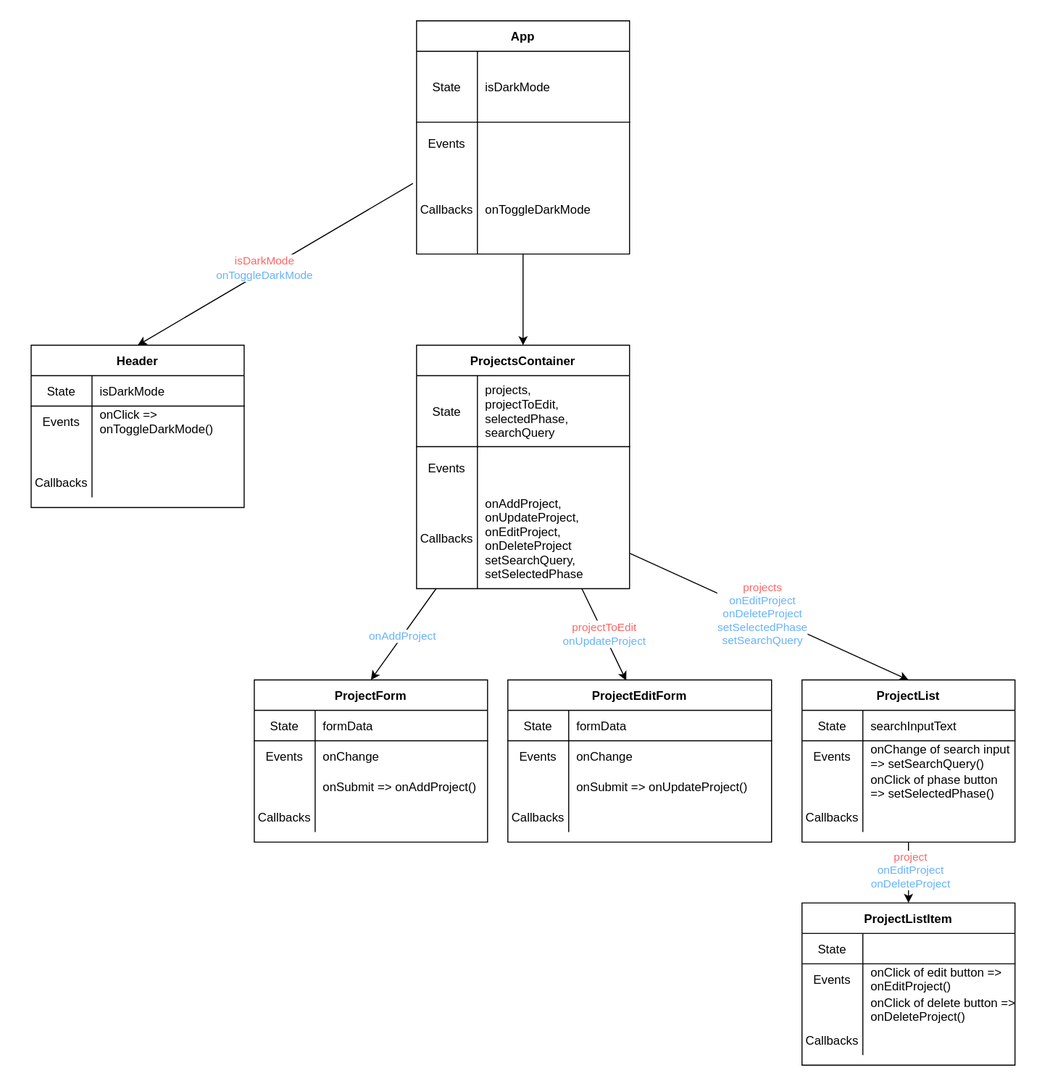
Before: 07_client_side_routing/assets/component-hierarchy-with-data-flow-with-react-router.drawio.svg, a diagram exported from draw.io (learn-co-curriculum/SENG-LIVE-013023-Phase-2-React). Source tidied: cells renumbered, new cells last; positions are measured from the earlier drawing's top-left corner, leaving out a move shared by most shapes.
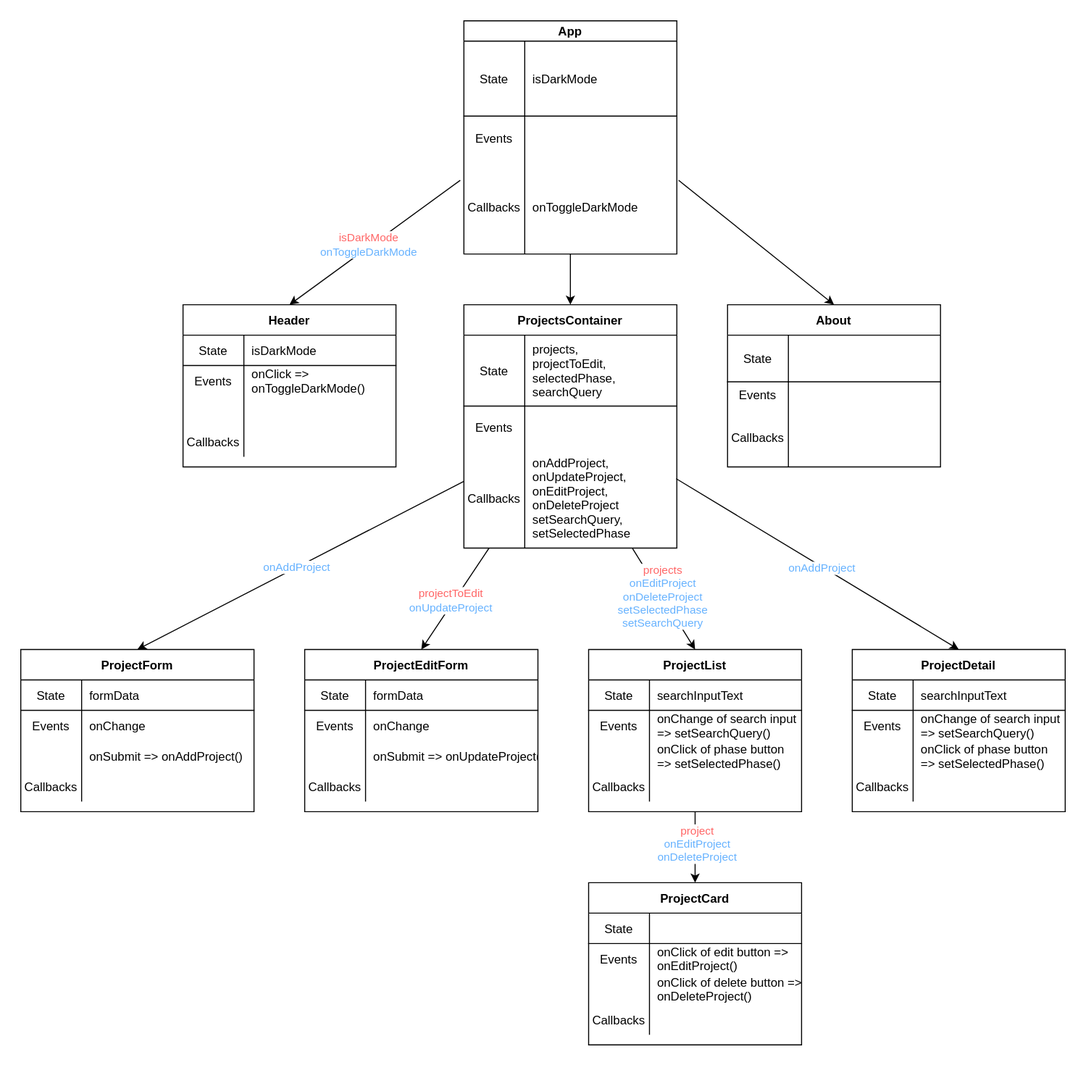
After the commit.

Diff of the diagram source:
```diff
@@ -3,7 +3,7 @@
     <mxCell id="0" />
     <mxCell id="1" parent="0" />
     <mxCell id="2" style="rounded=0;whiteSpace=wrap;html=1;strokeColor=none;" parent="1" vertex="1">
-      <mxGeometry width="1020" height="1070" as="geometry" />
+      <mxGeometry x="-150" width="1070" height="1070" as="geometry" />
     </mxCell>
     <mxCell id="3" style="edgeStyle=none;html=1;entryX=0.5;entryY=0;entryDx=0;entryDy=0;exitX=-0.017;exitY=0.218;exitDx=0;exitDy=0;exitPerimeter=0;" parent="1" edge="1" source="98" target="22">
       <mxGeometry relative="1" as="geometry" />
@@ -17,13 +17,13 @@
     <mxCell id="6" value="&lt;font color=&quot;#66b2ff&quot;&gt;onAddProject&lt;/font&gt;" style="edgeLabel;html=1;align=center;verticalAlign=middle;fontColor=#3399FF;" parent="5" vertex="1">
       <mxGeometry x="0.03" y="-1" relative="1" as="geometry" />
     </mxCell>
-    <mxCell id="7" style="edgeStyle=none;html=1;exitX=1.002;exitY=0.65;exitDx=0;exitDy=0;exitPerimeter=0;entryX=0.5;entryY=0;entryDx=0;entryDy=0;" parent="1" edge="1" source="19" target="50">
+    <mxCell id="7" style="edgeStyle=none;html=1;exitX=0.792;exitY=1.004;exitDx=0;exitDy=0;exitPerimeter=0;entryX=0.5;entryY=0;entryDx=0;entryDy=0;" parent="1" edge="1" source="19" target="50">
       <mxGeometry relative="1" as="geometry" />
     </mxCell>
     <mxCell id="8" value="&lt;font color=&quot;#ff6666&quot;&gt;projects&lt;/font&gt;&lt;br&gt;&lt;font color=&quot;#66b2ff&quot;&gt;onEditProject&lt;br&gt;onDeleteProject&lt;br&gt;setSelectedPhase&lt;/font&gt;&lt;br&gt;&lt;font color=&quot;#66b2ff&quot;&gt;setSearchQuery&lt;/font&gt;" style="edgeLabel;html=1;align=center;verticalAlign=middle;" parent="7" vertex="1">
       <mxGeometry x="-0.06" relative="1" as="geometry" />
     </mxCell>
-    <mxCell id="9" style="edgeStyle=none;html=1;fontColor=#66B2FF;entryX=0.449;entryY=0.004;entryDx=0;entryDy=0;entryPerimeter=0;" parent="1" edge="1" source="11" target="76">
+    <mxCell id="9" style="edgeStyle=none;html=1;fontColor=#66B2FF;entryX=0.5;entryY=0;entryDx=0;entryDy=0;" parent="1" edge="1" source="11" target="76">
       <mxGeometry relative="1" as="geometry" />
     </mxCell>
     <mxCell id="10" value="&lt;font color=&quot;#ff6666&quot;&gt;projectToEdit&lt;br&gt;&lt;/font&gt;onUpdateProject" style="edgeLabel;html=1;align=center;verticalAlign=middle;fontColor=#66B2FF;" parent="9" vertex="1">
@@ -32,7 +32,7 @@
       </mxGeometry>
     </mxCell>
     <mxCell id="11" value="ProjectsContainer" style="shape=table;startSize=30;rowLines=0;fontStyle=1;align=center;" parent="1" vertex="1">
-      <mxGeometry x="410" y="340" width="210" height="240" as="geometry" />
+      <mxGeometry x="307" y="300" width="210" height="240" as="geometry" />
     </mxCell>
     <mxCell id="12" style="shape=partialRectangle;fillColor=none;top=0;left=0;bottom=0;right=0;" parent="11" vertex="1">
       <mxGeometry y="30" width="210" height="36" as="geometry" />
@@ -65,7 +65,7 @@
       <mxGeometry x="60" width="150" height="99" as="geometry" />
     </mxCell>
     <mxCell id="22" value="Header" style="shape=table;startSize=30;rowLines=0;fontStyle=1;align=center;" parent="1" vertex="1">
-      <mxGeometry x="30" y="340" width="210" height="160" as="geometry" />
+      <mxGeometry x="30" y="300" width="210" height="160" as="geometry" />
     </mxCell>
     <mxCell id="23" style="shape=partialRectangle;fillColor=none;top=0;left=0;bottom=1;right=0;" parent="22" vertex="1">
       <mxGeometry y="30" width="210" height="30" as="geometry" />
@@ -104,7 +104,7 @@
       <mxGeometry x="60" width="150" height="30" as="geometry" />
     </mxCell>
     <mxCell id="35" value="ProjectForm" style="shape=table;startSize=30;rowLines=0;fontStyle=1;align=center;" parent="1" vertex="1">
-      <mxGeometry x="250" y="670" width="230" height="160" as="geometry" />
+      <mxGeometry x="-130" y="640" width="230" height="160" as="geometry" />
     </mxCell>
     <mxCell id="36" style="shape=partialRectangle;fillColor=none;top=0;left=0;bottom=1;right=0;" parent="35" vertex="1">
       <mxGeometry y="30" width="230" height="30" as="geometry" />
@@ -149,7 +149,7 @@
       <mxGeometry x="-0.12" y="1" relative="1" as="geometry" />
     </mxCell>
     <mxCell id="50" value="ProjectList" style="shape=table;startSize=30;rowLines=0;fontStyle=1;align=center;" parent="1" vertex="1">
-      <mxGeometry x="790" y="670" width="210" height="160" as="geometry" />
+      <mxGeometry x="430" y="640" width="210" height="160" as="geometry" />
     </mxCell>
     <mxCell id="51" style="shape=partialRectangle;fillColor=none;top=0;left=0;bottom=1;right=0;" parent="50" vertex="1">
       <mxGeometry y="30" width="210" height="30" as="geometry" />
@@ -187,8 +187,8 @@
     <mxCell id="62" style="shape=partialRectangle;fillColor=none;top=0;left=0;bottom=0;right=0;align=left;spacingLeft=6;overflow=hidden;" parent="60" vertex="1">
       <mxGeometry x="60" width="150" height="30" as="geometry" />
     </mxCell>
-    <mxCell id="63" value="ProjectListItem" style="shape=table;startSize=30;rowLines=0;fontStyle=1;align=center;" parent="1" vertex="1">
-      <mxGeometry x="790" y="890" width="210" height="160" as="geometry" />
+    <mxCell id="63" value="ProjectCard" style="shape=table;startSize=30;rowLines=0;fontStyle=1;align=center;" parent="1" vertex="1">
+      <mxGeometry x="430" y="870" width="210" height="160" as="geometry" />
     </mxCell>
     <mxCell id="64" style="shape=partialRectangle;fillColor=none;top=0;left=0;bottom=1;right=0;" parent="63" vertex="1">
       <mxGeometry y="30" width="210" height="30" as="geometry" />
@@ -227,81 +227,160 @@
       <mxGeometry x="60" width="150" height="30" as="geometry" />
     </mxCell>
     <mxCell id="76" value="ProjectEditForm" style="shape=table;startSize=30;rowLines=0;fontStyle=1;align=center;" parent="1" vertex="1">
-      <mxGeometry x="500" y="670" width="260" height="160" as="geometry" />
+      <mxGeometry x="150" y="640" width="230" height="160" as="geometry" />
     </mxCell>
     <mxCell id="77" style="shape=partialRectangle;fillColor=none;top=0;left=0;bottom=1;right=0;" parent="76" vertex="1">
-      <mxGeometry y="30" width="260" height="30" as="geometry" />
+      <mxGeometry y="30" width="230" height="30" as="geometry" />
     </mxCell>
     <mxCell id="78" value="State" style="shape=partialRectangle;fillColor=none;top=0;left=0;bottom=0;right=0;fontStyle=0;overflow=hidden;" parent="77" vertex="1">
       <mxGeometry width="60" height="30" as="geometry" />
     </mxCell>
     <mxCell id="79" value="formData" style="shape=partialRectangle;fillColor=none;top=0;left=0;bottom=0;right=0;align=left;spacingLeft=6;fontStyle=0;overflow=hidden;" parent="77" vertex="1">
-      <mxGeometry x="60" width="200" height="30" as="geometry" />
+      <mxGeometry x="60" width="170" height="30" as="geometry" />
     </mxCell>
     <mxCell id="80" style="shape=partialRectangle;fillColor=none;top=0;left=0;bottom=0;right=0;" parent="76" vertex="1">
-      <mxGeometry y="60" width="260" height="30" as="geometry" />
+      <mxGeometry y="60" width="230" height="30" as="geometry" />
     </mxCell>
     <mxCell id="81" value="Events" style="shape=partialRectangle;fillColor=none;top=0;left=0;bottom=0;right=0;overflow=hidden;" parent="80" vertex="1">
       <mxGeometry width="60" height="30" as="geometry" />
     </mxCell>
     <mxCell id="82" value="onChange" style="shape=partialRectangle;fillColor=none;top=0;left=0;bottom=0;right=0;align=left;spacingLeft=6;overflow=hidden;" parent="80" vertex="1">
-      <mxGeometry x="60" width="200" height="30" as="geometry" />
+      <mxGeometry x="60" width="170" height="30" as="geometry" />
     </mxCell>
     <mxCell id="83" style="shape=partialRectangle;fillColor=none;top=0;left=0;bottom=0;right=0;" parent="76" vertex="1">
-      <mxGeometry y="90" width="260" height="30" as="geometry" />
+      <mxGeometry y="90" width="230" height="30" as="geometry" />
     </mxCell>
     <mxCell id="84" style="shape=partialRectangle;fillColor=none;top=0;left=0;bottom=0;right=0;overflow=hidden;" parent="83" vertex="1">
       <mxGeometry width="60" height="30" as="geometry" />
     </mxCell>
     <mxCell id="85" value="onSubmit =&gt; onUpdateProject()" style="shape=partialRectangle;fillColor=none;top=0;left=0;bottom=0;right=0;align=left;spacingLeft=6;overflow=hidden;" parent="83" vertex="1">
-      <mxGeometry x="60" width="200" height="30" as="geometry" />
+      <mxGeometry x="60" width="170" height="30" as="geometry" />
     </mxCell>
     <mxCell id="86" style="shape=partialRectangle;fillColor=none;top=0;left=0;bottom=0;right=0;" parent="76" vertex="1">
-      <mxGeometry y="120" width="260" height="30" as="geometry" />
+      <mxGeometry y="120" width="230" height="30" as="geometry" />
     </mxCell>
     <mxCell id="87" value="Callbacks" style="shape=partialRectangle;fillColor=none;top=0;left=0;bottom=0;right=0;overflow=hidden;" parent="86" vertex="1">
       <mxGeometry width="60" height="30" as="geometry" />
     </mxCell>
     <mxCell id="88" style="shape=partialRectangle;fillColor=none;top=0;left=0;bottom=0;right=0;align=left;spacingLeft=6;overflow=hidden;" parent="86" vertex="1">
-      <mxGeometry x="60" width="200" height="30" as="geometry" />
+      <mxGeometry x="60" width="170" height="30" as="geometry" />
     </mxCell>
-    <mxCell id="89" style="edgeStyle=none;html=1;" parent="1" edge="1" source="90">
-      <mxGeometry relative="1" as="geometry">
-        <mxPoint x="515" y="340" as="targetPoint" />
-      </mxGeometry>
+    <mxCell id="89" style="edgeStyle=none;html=1;entryX=0.5;entryY=0;entryDx=0;entryDy=0;" parent="1" edge="1" source="90" target="11">
+      <mxGeometry relative="1" as="geometry" />
     </mxCell>
-    <mxCell id="90" value="App" style="shape=table;startSize=30;rowLines=0;fontStyle=1;align=center;" parent="1" vertex="1">
-      <mxGeometry x="410" y="20" width="210" height="230" as="geometry" />
+    <mxCell id="90" value="App" style="shape=table;startSize=20;rowLines=0;fontStyle=1;align=center;" parent="1" vertex="1">
+      <mxGeometry x="307" y="20" width="210" height="230" as="geometry" />
     </mxCell>
     <mxCell id="91" style="shape=partialRectangle;fillColor=none;top=0;left=0;bottom=0;right=0;" parent="90" vertex="1">
-      <mxGeometry y="30" width="210" height="36" as="geometry" />
+      <mxGeometry y="20" width="210" height="38" as="geometry" />
     </mxCell>
     <mxCell id="92" value="State" style="shape=partialRectangle;fillColor=none;top=0;left=0;bottom=1;right=0;fontStyle=0;overflow=hidden;colspan=1;rowspan=2;" parent="91" vertex="1">
-      <mxGeometry width="60" height="70" as="geometry" />
+      <mxGeometry width="60" height="74" as="geometry" />
     </mxCell>
     <mxCell id="93" value="isDarkMode" style="shape=partialRectangle;fillColor=none;top=0;left=0;bottom=1;right=0;align=left;spacingLeft=6;fontStyle=0;overflow=visible;strokeColor=default;rowspan=2;" parent="91" vertex="1">
-      <mxGeometry x="60" width="150" height="70" as="geometry" />
+      <mxGeometry x="60" width="150" height="74" as="geometry" />
     </mxCell>
     <mxCell id="94" style="shape=partialRectangle;fillColor=none;top=0;left=0;bottom=0;right=0;" parent="90" vertex="1">
-      <mxGeometry y="66" width="210" height="34" as="geometry" />
+      <mxGeometry y="58" width="210" height="36" as="geometry" />
     </mxCell>
     <mxCell id="95" style="shape=partialRectangle;fillColor=none;top=0;left=0;bottom=0;right=0;" parent="90" vertex="1">
-      <mxGeometry y="100" width="210" height="41" as="geometry" />
+      <mxGeometry y="94" width="210" height="43" as="geometry" />
     </mxCell>
     <mxCell id="96" value="Events" style="shape=partialRectangle;fillColor=none;top=0;left=0;bottom=0;right=0;overflow=hidden;" parent="95" vertex="1">
-      <mxGeometry width="60" height="41" as="geometry" />
+      <mxGeometry width="60" height="43" as="geometry" />
     </mxCell>
     <mxCell id="97" style="shape=partialRectangle;fillColor=none;top=0;left=0;bottom=0;right=0;align=left;spacingLeft=6;overflow=hidden;" parent="95" vertex="1">
-      <mxGeometry x="60" width="150" height="41" as="geometry" />
+      <mxGeometry x="60" width="150" height="43" as="geometry" />
     </mxCell>
     <mxCell id="98" style="shape=partialRectangle;fillColor=none;top=0;left=0;bottom=0;right=0;points=[[0,0.5],[1,0.5]];portConstraint=eastwest;" parent="90" vertex="1">
-      <mxGeometry y="141" width="210" height="89" as="geometry" />
+      <mxGeometry y="137" width="210" height="93" as="geometry" />
     </mxCell>
     <mxCell id="99" value="Callbacks" style="shape=partialRectangle;fillColor=none;top=0;left=0;bottom=0;right=0;overflow=hidden;rowspan=3;" parent="98" vertex="1">
-      <mxGeometry width="60" height="89" as="geometry" />
+      <mxGeometry width="60" height="93" as="geometry" />
     </mxCell>
     <mxCell id="100" value="onToggleDarkMode" style="shape=partialRectangle;fillColor=none;top=0;left=0;bottom=0;right=0;align=left;spacingLeft=6;overflow=visible;rowspan=2;" parent="98" vertex="1">
-      <mxGeometry x="60" width="150" height="89" as="geometry" />
+      <mxGeometry x="60" width="150" height="93" as="geometry" />
     </mxCell>
+    <mxCell id="101" value="About" style="shape=table;startSize=30;rowLines=0;fontStyle=1;align=center;" parent="1" vertex="1">
+      <mxGeometry x="567" y="300" width="210" height="160" as="geometry" />
+    </mxCell>
+    <mxCell id="102" style="shape=partialRectangle;fillColor=none;top=0;left=0;bottom=0;right=0;" parent="101" vertex="1">
+      <mxGeometry y="30" width="210" height="23" as="geometry" />
+    </mxCell>
+    <mxCell id="103" value="State" style="shape=partialRectangle;fillColor=none;top=0;left=0;bottom=1;right=0;fontStyle=0;overflow=hidden;colspan=1;rowspan=2;" parent="102" vertex="1">
+      <mxGeometry width="60" height="46" as="geometry" />
+    </mxCell>
+    <mxCell id="104" style="shape=partialRectangle;fillColor=none;top=0;left=0;bottom=1;right=0;align=left;spacingLeft=6;fontStyle=0;overflow=visible;strokeColor=default;rowspan=2;" parent="102" vertex="1">
+      <mxGeometry x="60" width="150" height="46" as="geometry" />
+    </mxCell>
+    <mxCell id="105" style="shape=partialRectangle;fillColor=none;top=0;left=0;bottom=0;right=0;" parent="101" vertex="1">
+      <mxGeometry y="53" width="210" height="23" as="geometry" />
+    </mxCell>
+    <mxCell id="106" style="shape=partialRectangle;fillColor=none;top=0;left=0;bottom=0;right=0;" parent="101" vertex="1">
+      <mxGeometry y="76" width="210" height="26" as="geometry" />
+    </mxCell>
+    <mxCell id="107" value="Events" style="shape=partialRectangle;fillColor=none;top=0;left=0;bottom=0;right=0;overflow=hidden;" parent="106" vertex="1">
+      <mxGeometry width="60" height="26" as="geometry" />
+    </mxCell>
+    <mxCell id="108" style="shape=partialRectangle;fillColor=none;top=0;left=0;bottom=0;right=0;align=left;spacingLeft=6;overflow=hidden;" parent="106" vertex="1">
+      <mxGeometry x="60" width="150" height="26" as="geometry" />
+    </mxCell>
+    <mxCell id="109" style="shape=partialRectangle;fillColor=none;top=0;left=0;bottom=0;right=0;" parent="101" vertex="1">
+      <mxGeometry y="102" width="210" height="58" as="geometry" />
+    </mxCell>
+    <mxCell id="110" value="Callbacks" style="shape=partialRectangle;fillColor=none;top=0;left=0;bottom=0;right=0;overflow=hidden;rowspan=3;" parent="109" vertex="1">
+      <mxGeometry width="60" height="58" as="geometry" />
+    </mxCell>
+    <mxCell id="111" style="shape=partialRectangle;fillColor=none;top=0;left=0;bottom=0;right=0;align=left;spacingLeft=6;overflow=visible;rowspan=2;" parent="109" vertex="1">
+      <mxGeometry x="60" width="150" height="58" as="geometry" />
+    </mxCell>
+    <mxCell id="112" style="edgeStyle=none;html=1;entryX=0.5;entryY=0;entryDx=0;entryDy=0;exitX=1.008;exitY=0.218;exitDx=0;exitDy=0;exitPerimeter=0;" parent="1" edge="1" source="98" target="101">
+      <mxGeometry relative="1" as="geometry" />
+    </mxCell>
+    <mxCell id="113" value="ProjectDetail" style="shape=table;startSize=30;rowLines=0;fontStyle=1;align=center;" parent="1" vertex="1">
+      <mxGeometry x="690" y="640" width="210" height="160" as="geometry" />
+    </mxCell>
+    <mxCell id="114" style="shape=partialRectangle;fillColor=none;top=0;left=0;bottom=1;right=0;" parent="113" vertex="1">
+      <mxGeometry y="30" width="210" height="30" as="geometry" />
+    </mxCell>
+    <mxCell id="115" value="State" style="shape=partialRectangle;fillColor=none;top=0;left=0;bottom=0;right=0;fontStyle=0;overflow=hidden;" parent="114" vertex="1">
+      <mxGeometry width="60" height="30" as="geometry" />
+    </mxCell>
+    <mxCell id="116" value="searchInputText" style="shape=partialRectangle;fillColor=none;top=0;left=0;bottom=0;right=0;align=left;spacingLeft=6;fontStyle=0;overflow=hidden;" parent="114" vertex="1">
+      <mxGeometry x="60" width="150" height="30" as="geometry" />
+    </mxCell>
+    <mxCell id="117" style="shape=partialRectangle;fillColor=none;top=0;left=0;bottom=0;right=0;" parent="113" vertex="1">
+      <mxGeometry y="60" width="210" height="30" as="geometry" />
+    </mxCell>
+    <mxCell id="118" value="Events" style="shape=partialRectangle;fillColor=none;top=0;left=0;bottom=0;right=0;overflow=hidden;" parent="117" vertex="1">
+      <mxGeometry width="60" height="30" as="geometry" />
+    </mxCell>
+    <mxCell id="119" value="onChange of search input&#10; =&gt; setSearchQuery()" style="shape=partialRectangle;fillColor=none;top=0;left=0;bottom=0;right=0;align=left;spacingLeft=6;overflow=hidden;" parent="117" vertex="1">
+      <mxGeometry x="60" width="150" height="30" as="geometry" />
+    </mxCell>
+    <mxCell id="120" style="shape=partialRectangle;fillColor=none;top=0;left=0;bottom=0;right=0;" parent="113" vertex="1">
+      <mxGeometry y="90" width="210" height="30" as="geometry" />
+    </mxCell>
+    <mxCell id="121" style="shape=partialRectangle;fillColor=none;top=0;left=0;bottom=0;right=0;overflow=hidden;" parent="120" vertex="1">
+      <mxGeometry width="60" height="30" as="geometry" />
+    </mxCell>
+    <mxCell id="122" value="onClick of phase button&#10;=&gt; setSelectedPhase()" style="shape=partialRectangle;fillColor=none;top=0;left=0;bottom=0;right=0;align=left;spacingLeft=6;overflow=hidden;" parent="120" vertex="1">
+      <mxGeometry x="60" width="150" height="30" as="geometry" />
+    </mxCell>
+    <mxCell id="123" style="shape=partialRectangle;fillColor=none;top=0;left=0;bottom=0;right=0;" parent="113" vertex="1">
+      <mxGeometry y="120" width="210" height="30" as="geometry" />
+    </mxCell>
+    <mxCell id="124" value="Callbacks" style="shape=partialRectangle;fillColor=none;top=0;left=0;bottom=0;right=0;overflow=hidden;" parent="123" vertex="1">
+      <mxGeometry width="60" height="30" as="geometry" />
+    </mxCell>
+    <mxCell id="125" style="shape=partialRectangle;fillColor=none;top=0;left=0;bottom=0;right=0;align=left;spacingLeft=6;overflow=hidden;" parent="123" vertex="1">
+      <mxGeometry x="60" width="150" height="30" as="geometry" />
+    </mxCell>
+    <mxCell id="126" style="edgeStyle=none;html=1;entryX=0.5;entryY=0;entryDx=0;entryDy=0;exitX=0.997;exitY=0.309;exitDx=0;exitDy=0;exitPerimeter=0;" parent="1" edge="1" source="19" target="113">
+      <mxGeometry relative="1" as="geometry" />
+    </mxCell>
+    <mxCell id="127" value="&lt;font color=&quot;#66b2ff&quot;&gt;onAddProject&lt;/font&gt;" style="edgeLabel;html=1;align=center;verticalAlign=middle;fontColor=#3399FF;" parent="126" vertex="1">
+      <mxGeometry x="0.03" y="-1" relative="1" as="geometry" />
+    </mxCell>
   </root>
 </mxGraphModel>
```
